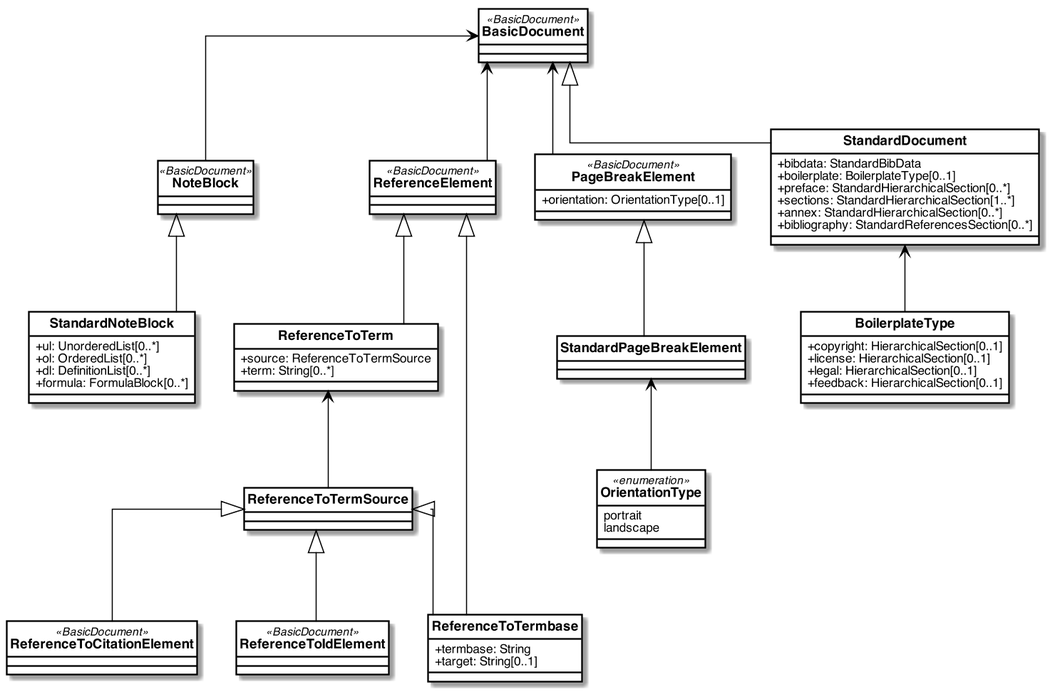
metanorma/standoc-models keeps this PlantUML diagram as standoc/images/StandardDoc_StandardDocument.png. Above is the earlier version. Its diagram source:
```plantuml
@startuml StandardDoc_StandardDocument


skinparam Dpi 150
skinparam Monochrome false
skinparam LineType ortho
hide circle
skinparam Default {
  TextAlignment center
  FontName Helvetica
}
skinparam Class {
  AttributeIconSize 0
  BackgroundColor White
  ArrowColor Black
  BorderColor Black
  FontStyle bold
  StereotypeFontSize 10
}
skinparam Rectangle {
  BackgroundColor White
  ArrowColor Black
  BorderColor Black
  FontStyle bold
  FontSize 11
  StereotypeFontSize 10
}
skinparam Object {
  BackgroundColor White
  ArrowColor Black
  BorderColor Black
  FontStyle bold
  FontSize 11
  StereotypeFontSize 10
}

skinparam Entity {
  StereotypeFontSize 10
}




class BasicDocument <<BasicDocument>> {

}

class NoteBlock <<BasicDocument>> {
}

class StandardNoteBlock {
    +ul: UnorderedList[0..*]
    +ol: OrderedList[0..*]
    +dl: DefinitionList[0..*]
    +formula: FormulaBlock[0..*]
}

class ReferenceElement <<BasicDocument>> {
}

class ReferenceToTerm {
   +source: ReferenceToTermSource
   +term: String[0..*]
}

class ReferenceToCitationElement <<BasicDocument>> {
}
class ReferenceToIdElement <<BasicDocument>> {
}

class ReferenceToTermbase {
    +termbase: String
    +target: String[0..1]
}

class PageBreakElement <<BasicDocument>>{
   +orientation: OrientationType[0..1]
}

enum OrientationType <<enumeration>>{
    portrait
    landscape
}

class StandardDocument {
    +bibdata: StandardBibData
    +boilerplate: BoilerplateType[0..1]
    +preface: StandardHierarchicalSection[0..*]
    +sections: StandardHierarchicalSection[1..*]
    +annex: StandardHierarchicalSection[0..*]
    +bibliography: StandardReferencesSection[0..*]
}

class BoilerplateType {
    + copyright: HierarchicalSection[0..1]
    + license: HierarchicalSection[0..1]
    + legal: HierarchicalSection[0..1]
    + feedback: HierarchicalSection[0..1]
}



BasicDocument <|-- StandardDocument
StandardDocument <-- BoilerplateType
BasicDocument <-- NoteBlock
BasicDocument <-- ReferenceElement
BasicDocument <-- PageBreakElement
NoteBlock <|-- StandardNoteBlock
PageBreakElement <|-- StandardPageBreakElement
ReferenceElement <|-- ReferenceToTerm
ReferenceElement <|-- ReferenceToTermbase
ReferenceToTerm <-- ReferenceToTermSource
ReferenceToTermSource <|-- ReferenceToCitationElement
ReferenceToTermSource <|-- ReferenceToIdElement
ReferenceToTermSource <|-- ReferenceToTermbase
StandardPageBreakElement <-- OrientationType

@enduml
```
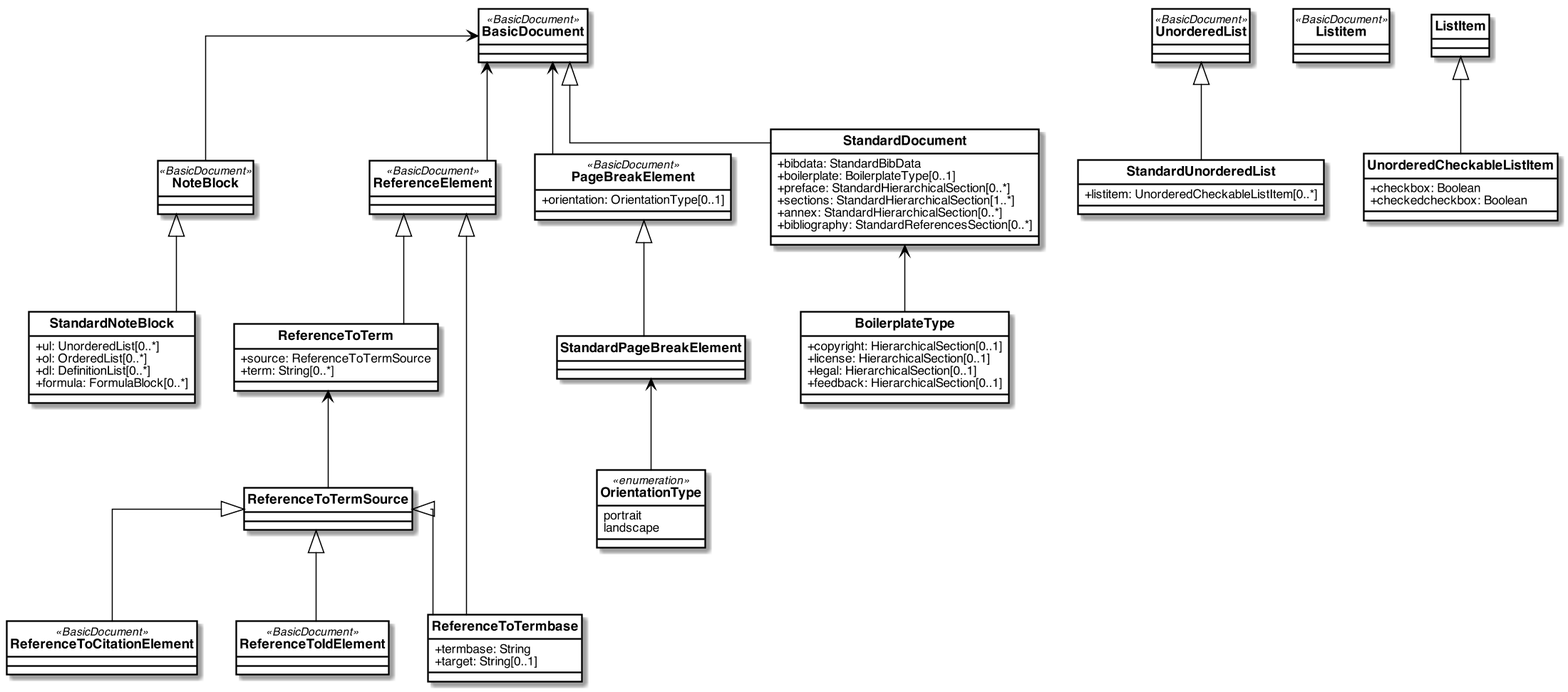
Above is the later version.

Commit message:
checkbox lists: https://github.com/metanorma/metanorma-standoc/issues/199

Change to the diagram source:
```diff
@@ -98,6 +98,22 @@
     + feedback: HierarchicalSection[0..1]
 }
 
+class UnorderedList <<BasicDocument>> {
+}
+
+class StandardUnorderedList {
+    +listitem: UnorderedCheckableListItem[0..*]
+}
+
+class Listitem <<BasicDocument>> {
+}
+
+class UnorderedCheckableListItem {
+    +checkbox: Boolean
+    +checkedcheckbox: Boolean
+}
+
+
 
 
 BasicDocument <|-- StandardDocument
@@ -114,5 +130,7 @@
 ReferenceToTermSource <|-- ReferenceToIdElement
 ReferenceToTermSource <|-- ReferenceToTermbase
 StandardPageBreakElement <-- OrientationType
+UnorderedList <|-- StandardUnorderedList
+ListItem <|-- UnorderedCheckableListItem
 
 @enduml
```
